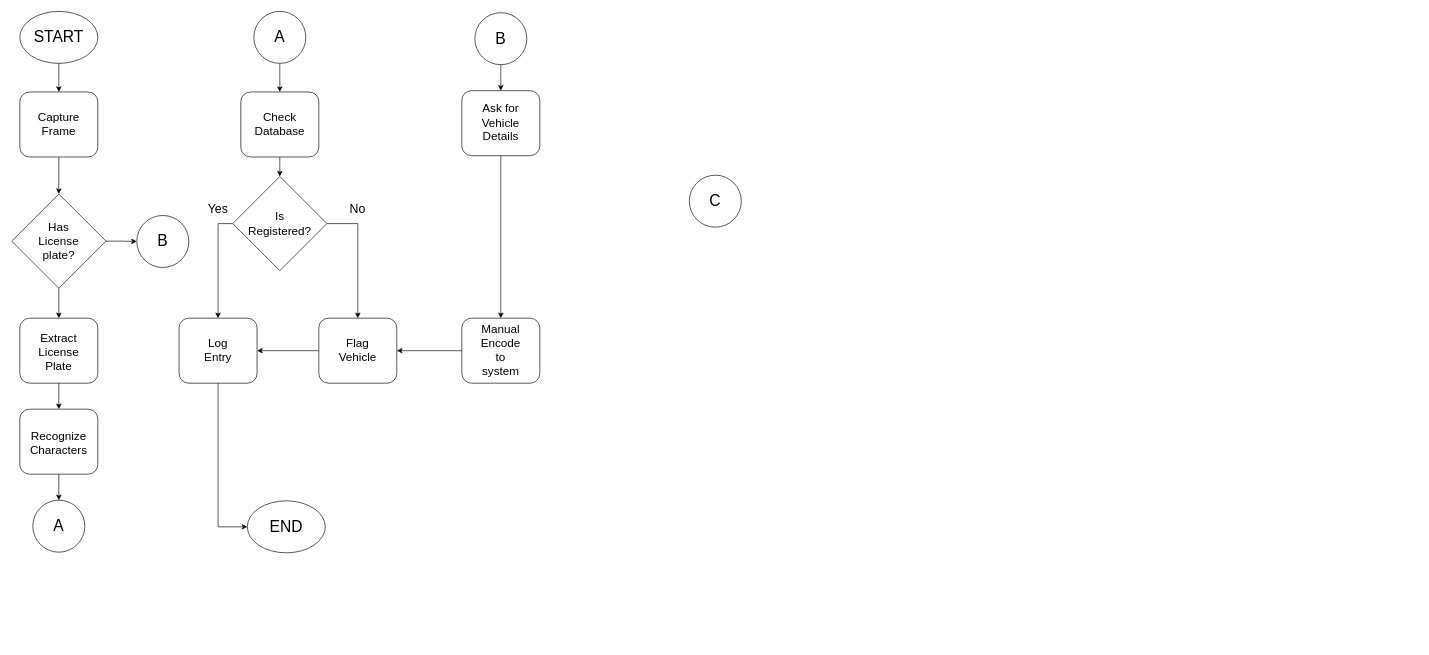
Above: Flowchart.drawio in joshuabautista-cyber/Diagrams (draw.io), before the change. Source tidied: cells renumbered, new cells numbered last; positions are measured from the earlier drawing's top-left corner, leaving out a move shared by most shapes. Both pictures are drawn from the tidied source at 65%, with x=0, y=0 at pixel (12, 11).
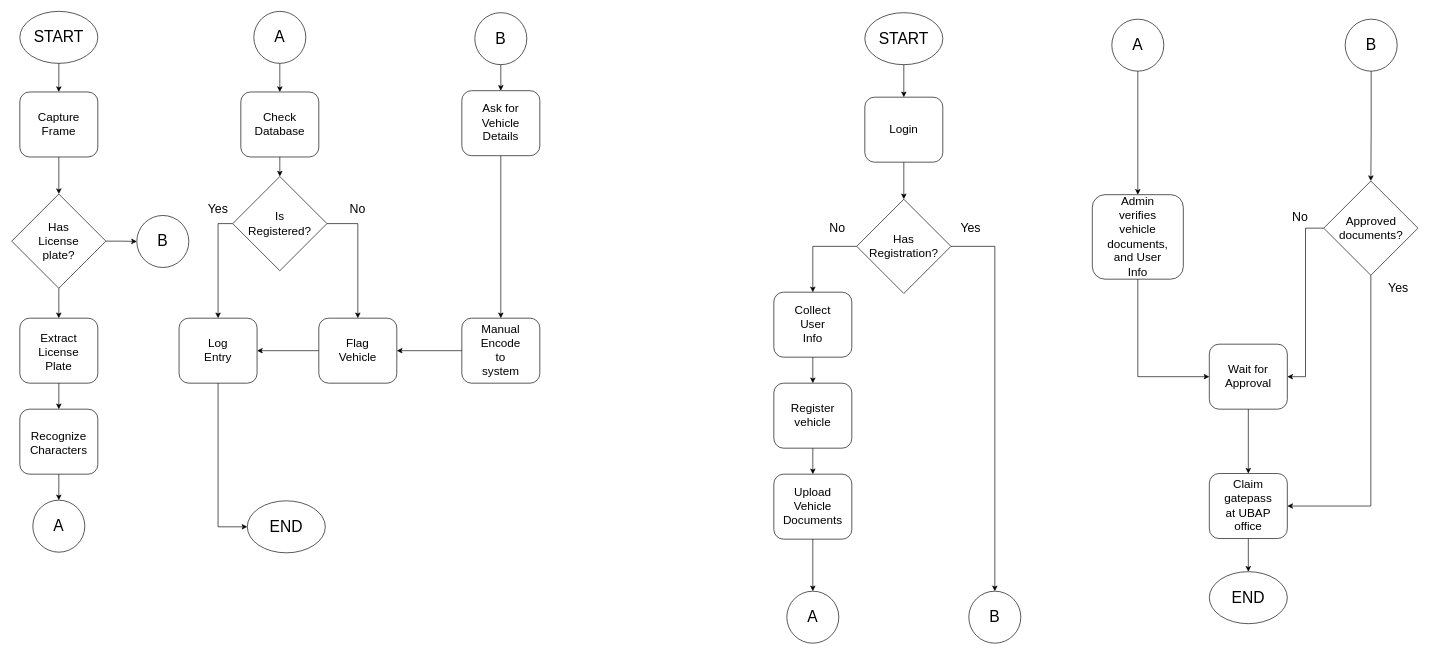
The same page after the edit.

Diff of the diagram source:
```diff
@@
-    <mxCell id="44" style="group;" parent="1" vertex="1">
-      <mxGeometry x="1042" y="252" width="80" height="80" as="geometry" />
-    </mxCell>
-    <mxCell id="45" style="ellipse;whiteSpace=wrap;html=1;" parent="44" vertex="1">
-      <mxGeometry width="80" height="80" as="geometry" />
-    </mxCell>
-    <mxCell id="46" value="&lt;font style=&quot;font-size: 24px;&quot;&gt;C&lt;/font&gt;" style="text;html=1;whiteSpace=wrap;strokeColor=none;fillColor=none;align=center;verticalAlign=middle;rounded=0;" parent="44" vertex="1">
-      <mxGeometry x="10" y="25" width="60" height="30" as="geometry" />
-    </mxCell>
@@
+    <mxCell id="69" style="group;" parent="1" vertex="1">
+      <mxGeometry x="1312" y="2" width="120" height="80" as="geometry" />
+    </mxCell>
+    <mxCell id="70" style="ellipse;whiteSpace=wrap;html=1;" parent="69" vertex="1">
+      <mxGeometry width="120" height="80" as="geometry" />
+    </mxCell>
+    <mxCell id="71" value="&lt;font style=&quot;font-size: 24px;&quot;&gt;START&lt;/font&gt;" style="text;html=1;whiteSpace=wrap;strokeColor=none;fillColor=none;align=center;verticalAlign=middle;rounded=0;" parent="69" vertex="1">
+      <mxGeometry x="30" y="25" width="60" height="30" as="geometry" />
+    </mxCell>
+    <mxCell id="72" style="group;" parent="1" vertex="1">
+      <mxGeometry x="1472" y="892" width="80" height="80" as="geometry" />
+    </mxCell>
+    <mxCell id="73" style="ellipse;whiteSpace=wrap;html=1;" parent="72" vertex="1">
+      <mxGeometry width="80" height="80" as="geometry" />
+    </mxCell>
+    <mxCell id="74" value="&lt;font style=&quot;font-size: 24px;&quot;&gt;B&lt;/font&gt;" style="text;html=1;whiteSpace=wrap;strokeColor=none;fillColor=none;align=center;verticalAlign=middle;rounded=0;" parent="72" vertex="1">
+      <mxGeometry x="10" y="25" width="60" height="30" as="geometry" />
+    </mxCell>
+    <mxCell id="75" style="group;" parent="1" vertex="1">
+      <mxGeometry x="1312" y="132" width="120" height="100" as="geometry" />
+    </mxCell>
+    <mxCell id="76" style="rounded=1;whiteSpace=wrap;html=1;" parent="75" vertex="1">
+      <mxGeometry width="120" height="100" as="geometry" />
+    </mxCell>
+    <mxCell id="77" value="&lt;font style=&quot;font-size: 18px;&quot;&gt;Login&lt;/font&gt;" style="text;html=1;whiteSpace=wrap;strokeColor=none;fillColor=none;align=center;verticalAlign=middle;rounded=0;" parent="75" vertex="1">
+      <mxGeometry x="30" y="35" width="60" height="30" as="geometry" />
+    </mxCell>
+    <mxCell id="78" style="edgeStyle=orthogonalEdgeStyle;rounded=0;jettySize=auto;html=1;exitX=0.5;exitY=1;exitDx=0;exitDy=0;entryX=0.5;entryY=0;entryDx=0;entryDy=0;" parent="1" edge="1" source="70" target="76">
+      <mxGeometry relative="1" as="geometry" />
+    </mxCell>
+    <mxCell id="79" style="group;" parent="1" vertex="1">
+      <mxGeometry x="1299.5" y="289" width="145" height="145" as="geometry" />
+    </mxCell>
+    <mxCell id="80" style="rhombus;whiteSpace=wrap;html=1;" parent="79" vertex="1">
+      <mxGeometry width="145" height="145" as="geometry" />
+    </mxCell>
+    <mxCell id="81" value="&lt;span style=&quot;font-size: 18px;&quot;&gt;Has Registration?&lt;/span&gt;" style="text;html=1;whiteSpace=wrap;strokeColor=none;fillColor=none;align=center;verticalAlign=middle;rounded=0;" parent="79" vertex="1">
+      <mxGeometry x="42.5" y="57.5" width="60" height="30" as="geometry" />
+    </mxCell>
+    <mxCell id="82" style="group;" parent="1" vertex="1">
+      <mxGeometry x="1172" y="432" width="120" height="100" as="geometry" />
+    </mxCell>
+    <mxCell id="83" style="rounded=1;whiteSpace=wrap;html=1;" parent="82" vertex="1">
+      <mxGeometry width="120" height="100" as="geometry" />
+    </mxCell>
+    <mxCell id="84" value="&lt;font style=&quot;font-size: 18px;&quot;&gt;Collect User Info&lt;/font&gt;" style="text;html=1;whiteSpace=wrap;strokeColor=none;fillColor=none;align=center;verticalAlign=middle;rounded=0;" parent="82" vertex="1">
+      <mxGeometry x="30" y="35" width="60" height="30" as="geometry" />
+    </mxCell>
+    <mxCell id="85" style="group;" parent="1" vertex="1">
+      <mxGeometry x="1172" y="572" width="120" height="100" as="geometry" />
+    </mxCell>
+    <mxCell id="86" style="rounded=1;whiteSpace=wrap;html=1;" parent="85" vertex="1">
+      <mxGeometry width="120" height="100" as="geometry" />
+    </mxCell>
+    <mxCell id="87" value="&lt;font style=&quot;font-size: 18px;&quot;&gt;Register vehicle&lt;/font&gt;" style="text;html=1;whiteSpace=wrap;strokeColor=none;fillColor=none;align=center;verticalAlign=middle;rounded=0;" parent="85" vertex="1">
+      <mxGeometry x="30" y="35" width="60" height="30" as="geometry" />
+    </mxCell>
+    <mxCell id="88" style="group;" parent="1" vertex="1">
+      <mxGeometry x="1172" y="712" width="120" height="100" as="geometry" />
+    </mxCell>
+    <mxCell id="89" style="rounded=1;whiteSpace=wrap;html=1;" parent="88" vertex="1">
+      <mxGeometry width="120" height="100" as="geometry" />
+    </mxCell>
+    <mxCell id="90" value="&lt;font style=&quot;font-size: 18px;&quot;&gt;Upload Vehicle Documents&lt;/font&gt;" style="text;html=1;whiteSpace=wrap;strokeColor=none;fillColor=none;align=center;verticalAlign=middle;rounded=0;" parent="88" vertex="1">
+      <mxGeometry x="30" y="35" width="60" height="30" as="geometry" />
+    </mxCell>
+    <mxCell id="91" style="group;" parent="1" vertex="1">
+      <mxGeometry x="1192" y="892" width="80" height="80" as="geometry" />
+    </mxCell>
+    <mxCell id="92" style="ellipse;whiteSpace=wrap;html=1;" parent="91" vertex="1">
+      <mxGeometry width="80" height="80" as="geometry" />
+    </mxCell>
+    <mxCell id="93" value="&lt;font style=&quot;font-size: 24px;&quot;&gt;A&lt;/font&gt;" style="text;html=1;whiteSpace=wrap;strokeColor=none;fillColor=none;align=center;verticalAlign=middle;rounded=0;" parent="91" vertex="1">
+      <mxGeometry x="10" y="25" width="60" height="30" as="geometry" />
+    </mxCell>
+    <mxCell id="94" style="edgeStyle=orthogonalEdgeStyle;rounded=0;jettySize=auto;html=1;exitX=0;exitY=0.5;exitDx=0;exitDy=0;entryX=0.5;entryY=0;entryDx=0;entryDy=0;" parent="1" edge="1" source="80" target="83">
+      <mxGeometry relative="1" as="geometry" />
+    </mxCell>
+    <mxCell id="95" style="edgeStyle=orthogonalEdgeStyle;rounded=0;jettySize=auto;html=1;entryX=0.5;entryY=0;entryDx=0;entryDy=0;" parent="1" edge="1" source="83" target="86">
+      <mxGeometry relative="1" as="geometry" />
+    </mxCell>
+    <mxCell id="96" style="edgeStyle=orthogonalEdgeStyle;rounded=0;jettySize=auto;html=1;" parent="1" edge="1" source="86" target="89">
+      <mxGeometry relative="1" as="geometry" />
+    </mxCell>
+    <mxCell id="97" style="edgeStyle=orthogonalEdgeStyle;rounded=0;jettySize=auto;html=1;entryX=0.5;entryY=0;entryDx=0;entryDy=0;" parent="1" edge="1" source="89" target="92">
+      <mxGeometry relative="1" as="geometry" />
+    </mxCell>
+    <mxCell id="98" style="edgeStyle=orthogonalEdgeStyle;rounded=0;jettySize=auto;html=1;entryX=0.5;entryY=0;entryDx=0;entryDy=0;" parent="1" edge="1" source="80" target="73">
+      <mxGeometry relative="1" as="geometry" />
+    </mxCell>
+    <mxCell id="99" style="edgeStyle=orthogonalEdgeStyle;rounded=0;jettySize=auto;html=1;exitX=0.5;exitY=1;exitDx=0;exitDy=0;entryX=0.5;entryY=0;entryDx=0;entryDy=0;" parent="1" edge="1" source="76" target="80">
+      <mxGeometry relative="1" as="geometry" />
+    </mxCell>
+    <mxCell id="100" value="&lt;font style=&quot;font-size: 19px;&quot;&gt;No&lt;/font&gt;" style="text;html=1;whiteSpace=wrap;strokeColor=none;fillColor=none;align=center;verticalAlign=middle;rounded=0;" parent="1" vertex="1">
+      <mxGeometry x="1239.5" y="319" width="60" height="30" as="geometry" />
+    </mxCell>
+    <mxCell id="101" value="&lt;font style=&quot;font-size: 19px;&quot;&gt;Yes&lt;/font&gt;" style="text;html=1;whiteSpace=wrap;strokeColor=none;fillColor=none;align=center;verticalAlign=middle;rounded=0;" parent="1" vertex="1">
+      <mxGeometry x="1444.5" y="319" width="60" height="30" as="geometry" />
+    </mxCell>
+    <mxCell id="102" style="group;" parent="1" vertex="1">
+      <mxGeometry x="2051" y="12" width="80" height="80" as="geometry" />
+    </mxCell>
+    <mxCell id="103" style="ellipse;whiteSpace=wrap;html=1;" parent="102" vertex="1">
+      <mxGeometry width="80" height="80" as="geometry" />
+    </mxCell>
+    <mxCell id="104" value="&lt;font style=&quot;font-size: 24px;&quot;&gt;B&lt;/font&gt;" style="text;html=1;whiteSpace=wrap;strokeColor=none;fillColor=none;align=center;verticalAlign=middle;rounded=0;" parent="102" vertex="1">
+      <mxGeometry x="10" y="25" width="60" height="30" as="geometry" />
+    </mxCell>
+    <mxCell id="105" style="group;" parent="1" vertex="1">
+      <mxGeometry x="1692" y="12" width="80" height="80" as="geometry" />
+    </mxCell>
+    <mxCell id="106" style="ellipse;whiteSpace=wrap;html=1;" parent="105" vertex="1">
+      <mxGeometry width="80" height="80" as="geometry" />
+    </mxCell>
+    <mxCell id="107" value="&lt;font style=&quot;font-size: 24px;&quot;&gt;A&lt;/font&gt;" style="text;html=1;whiteSpace=wrap;strokeColor=none;fillColor=none;align=center;verticalAlign=middle;rounded=0;" parent="105" vertex="1">
+      <mxGeometry x="10" y="25" width="60" height="30" as="geometry" />
+    </mxCell>
+    <mxCell id="108" style="group;" parent="1" vertex="1">
+      <mxGeometry x="1662" y="282" width="140" height="130" as="geometry" />
+    </mxCell>
+    <mxCell id="109" style="rounded=1;whiteSpace=wrap;html=1;" parent="108" vertex="1">
+      <mxGeometry width="140" height="130" as="geometry" />
+    </mxCell>
+    <mxCell id="110" value="&lt;font style=&quot;font-size: 18px;&quot;&gt;Admin verifies vehicle documents, and User Info&lt;/font&gt;" style="text;html=1;whiteSpace=wrap;strokeColor=none;fillColor=none;align=center;verticalAlign=middle;rounded=0;" parent="108" vertex="1">
+      <mxGeometry x="35" y="45.5" width="70" height="39" as="geometry" />
+    </mxCell>
+    <mxCell id="111" style="edgeStyle=orthogonalEdgeStyle;rounded=0;jettySize=auto;html=1;exitX=0.5;exitY=1;exitDx=0;exitDy=0;entryX=0.5;entryY=0;entryDx=0;entryDy=0;" parent="1" edge="1" source="106" target="109">
+      <mxGeometry relative="1" as="geometry" />
+    </mxCell>
+    <mxCell id="112" style="edgeStyle=orthogonalEdgeStyle;rounded=0;jettySize=auto;html=1;entryX=0;entryY=0.5;entryDx=0;entryDy=0;" parent="1" edge="1" source="109" target="114">
+      <mxGeometry relative="1" as="geometry">
+        <Array as="points">
+          <mxPoint x="1732" y="562" />
+        </Array>
+      </mxGeometry>
+    </mxCell>
+    <mxCell id="113" style="group;" parent="1" vertex="1">
+      <mxGeometry x="1842" y="512" width="120" height="100" as="geometry" />
+    </mxCell>
+    <mxCell id="114" style="rounded=1;whiteSpace=wrap;html=1;" parent="113" vertex="1">
+      <mxGeometry width="120" height="100" as="geometry" />
+    </mxCell>
+    <mxCell id="115" value="&lt;span style=&quot;font-size: 18px;&quot;&gt;Wait for Approval&lt;/span&gt;" style="text;html=1;whiteSpace=wrap;strokeColor=none;fillColor=none;align=center;verticalAlign=middle;rounded=0;" parent="113" vertex="1">
+      <mxGeometry x="30" y="35" width="60" height="30" as="geometry" />
+    </mxCell>
+    <mxCell id="116" style="group;" parent="1" vertex="1">
+      <mxGeometry x="1842" y="711" width="120" height="100" as="geometry" />
+    </mxCell>
+    <mxCell id="117" style="rounded=1;whiteSpace=wrap;html=1;" parent="116" vertex="1">
+      <mxGeometry width="120" height="100" as="geometry" />
+    </mxCell>
+    <mxCell id="118" value="&lt;font style=&quot;font-size: 18px;&quot;&gt;Claim gatepass at UBAP office&lt;/font&gt;" style="text;html=1;whiteSpace=wrap;strokeColor=none;fillColor=none;align=center;verticalAlign=middle;rounded=0;" parent="116" vertex="1">
+      <mxGeometry x="30" y="35" width="60" height="30" as="geometry" />
+    </mxCell>
+    <mxCell id="119" style="edgeStyle=orthogonalEdgeStyle;rounded=0;jettySize=auto;html=1;exitX=0.5;exitY=1;exitDx=0;exitDy=0;entryX=0.5;entryY=0;entryDx=0;entryDy=0;" parent="1" edge="1" source="114" target="117">
+      <mxGeometry relative="1" as="geometry" />
+    </mxCell>
+    <mxCell id="120" style="group;" parent="1" vertex="1">
+      <mxGeometry x="1842" y="862" width="120" height="80" as="geometry" />
+    </mxCell>
+    <mxCell id="121" style="ellipse;whiteSpace=wrap;html=1;" parent="120" vertex="1">
+      <mxGeometry width="120" height="80" as="geometry" />
+    </mxCell>
+    <mxCell id="122" value="&lt;font style=&quot;font-size: 24px;&quot;&gt;END&lt;/font&gt;" style="text;html=1;whiteSpace=wrap;strokeColor=none;fillColor=none;align=center;verticalAlign=middle;rounded=0;" parent="120" vertex="1">
+      <mxGeometry x="30" y="25" width="60" height="30" as="geometry" />
+    </mxCell>
+    <mxCell id="123" style="group;" parent="1" vertex="1">
+      <mxGeometry x="2018" y="261" width="145" height="145" as="geometry" />
+    </mxCell>
+    <mxCell id="124" style="rhombus;whiteSpace=wrap;html=1;" parent="123" vertex="1">
+      <mxGeometry width="145" height="145" as="geometry" />
+    </mxCell>
+    <mxCell id="125" value="&lt;span style=&quot;font-size: 18px;&quot;&gt;Approved documents?&lt;/span&gt;" style="text;html=1;whiteSpace=wrap;strokeColor=none;fillColor=none;align=center;verticalAlign=middle;rounded=0;" parent="123" vertex="1">
+      <mxGeometry x="42.5" y="57.5" width="60" height="30" as="geometry" />
+    </mxCell>
+    <mxCell id="126" style="edgeStyle=orthogonalEdgeStyle;rounded=0;jettySize=auto;html=1;exitX=0.5;exitY=1;exitDx=0;exitDy=0;entryX=0.5;entryY=0;entryDx=0;entryDy=0;" parent="1" edge="1" source="103" target="124">
+      <mxGeometry relative="1" as="geometry" />
+    </mxCell>
+    <mxCell id="127" style="edgeStyle=orthogonalEdgeStyle;rounded=0;jettySize=auto;html=1;exitX=0;exitY=0.5;exitDx=0;exitDy=0;entryX=1;entryY=0.5;entryDx=0;entryDy=0;" parent="1" edge="1" source="124" target="114">
+      <mxGeometry relative="1" as="geometry" />
+    </mxCell>
+    <mxCell id="128" style="edgeStyle=orthogonalEdgeStyle;rounded=0;jettySize=auto;html=1;exitX=0.5;exitY=1;exitDx=0;exitDy=0;entryX=1;entryY=0.5;entryDx=0;entryDy=0;" parent="1" edge="1" source="124" target="117">
+      <mxGeometry relative="1" as="geometry">
+        <Array as="points">
+          <mxPoint x="2090" y="761" />
+        </Array>
+      </mxGeometry>
+    </mxCell>
+    <mxCell id="129" value="&lt;font style=&quot;font-size: 19px;&quot;&gt;No&lt;/font&gt;" style="text;html=1;whiteSpace=wrap;strokeColor=none;fillColor=none;align=center;verticalAlign=middle;rounded=0;" parent="1" vertex="1">
+      <mxGeometry x="1952" y="302" width="60" height="30" as="geometry" />
+    </mxCell>
+    <mxCell id="130" value="&lt;font style=&quot;font-size: 19px;&quot;&gt;Yes&lt;/font&gt;" style="text;html=1;whiteSpace=wrap;strokeColor=none;fillColor=none;align=center;verticalAlign=middle;rounded=0;" parent="1" vertex="1">
+      <mxGeometry x="2103" y="412" width="60" height="30" as="geometry" />
+    </mxCell>
+    <mxCell id="131" style="edgeStyle=orthogonalEdgeStyle;rounded=0;jettySize=auto;html=1;exitX=0.5;exitY=1;exitDx=0;exitDy=0;entryX=0.5;entryY=0;entryDx=0;entryDy=0;" parent="1" edge="1" source="117" target="121">
+      <mxGeometry relative="1" as="geometry" />
+    </mxCell>
```
